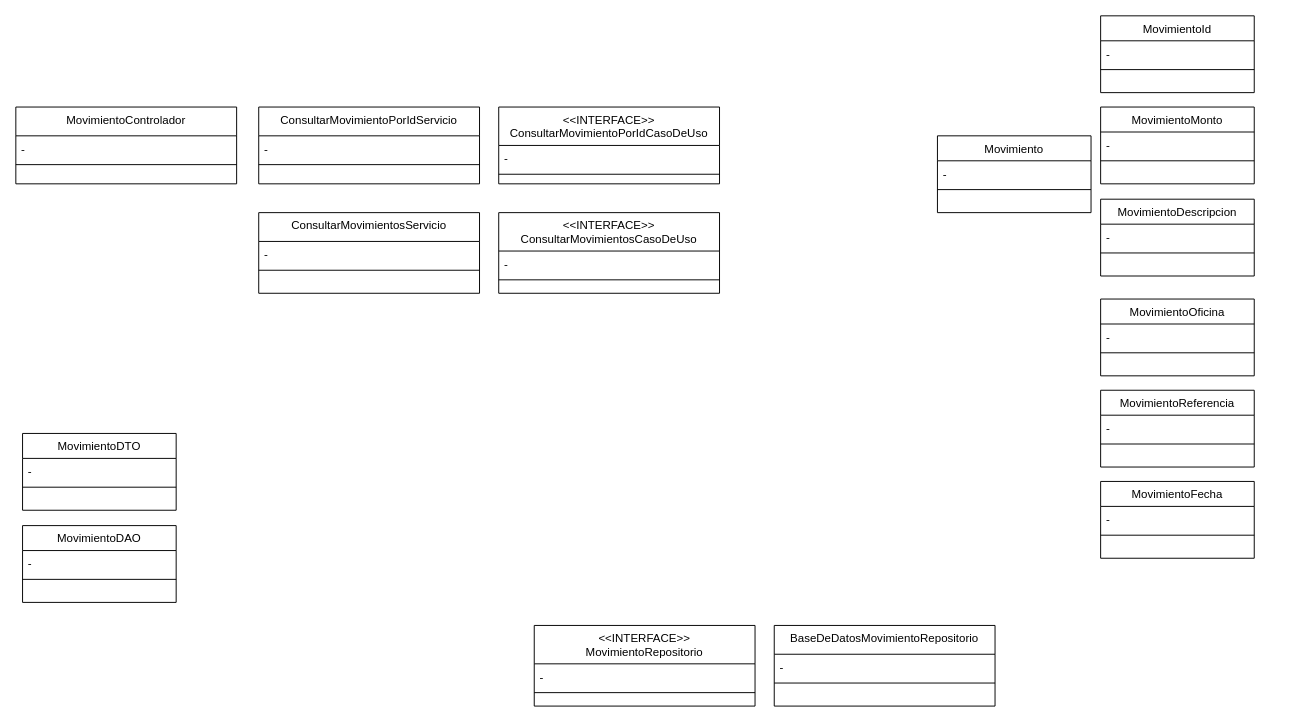
joeburias/ddd_example keeps this draw.io diagram as Untitled Diagram.drawio. Above is the earlier version. Source tidied: cells renumbered, new cells numbered last; positions are measured from the earlier drawing's top-left corner, leaving out a move shared by most shapes. Both pictures are drawn from the tidied source at 96%, with x=0, y=0 at pixel (15, 15).
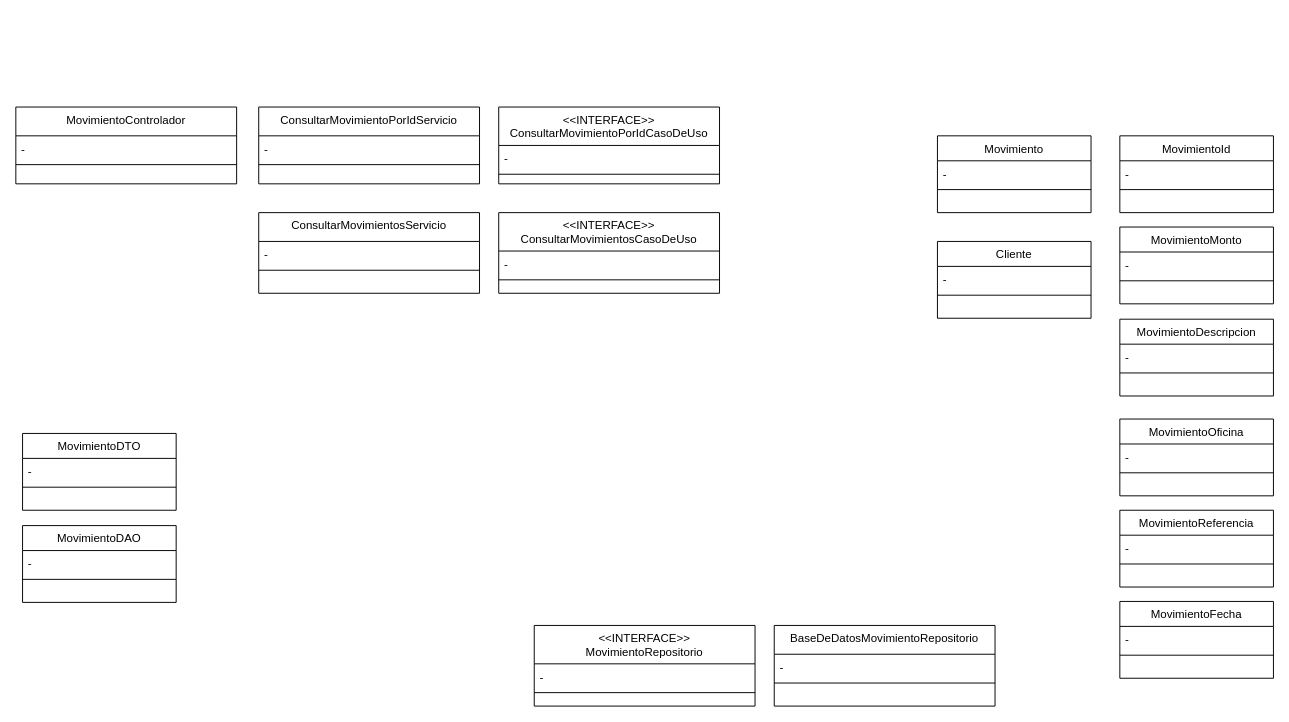
The same diagram, later.

What changed in the source:
```diff
@@
     <mxCell id="5" value="MovimientoMonto" style="swimlane;fontStyle=0;align=center;verticalAlign=top;horizontal=1;startSize=26;rounded=0;shadow=0;strokeWidth=1;" parent="1" vertex="1">
-      <mxGeometry x="1130" y="95" width="160" height="80" as="geometry" />
+      <mxGeometry x="1150" y="220" width="160" height="80" as="geometry" />
     </mxCell>
@@
     <mxCell id="8" value="MovimientoDescripcion" style="swimlane;fontStyle=0;align=center;verticalAlign=top;horizontal=1;startSize=26;rounded=0;shadow=0;strokeWidth=1;" parent="1" vertex="1">
-      <mxGeometry x="1130" y="191" width="160" height="80" as="geometry" />
+      <mxGeometry x="1150" y="316" width="160" height="80" as="geometry" />
     </mxCell>
@@
     <mxCell id="11" value="MovimientoOficina" style="swimlane;fontStyle=0;align=center;verticalAlign=top;horizontal=1;startSize=26;rounded=0;shadow=0;strokeWidth=1;" parent="1" vertex="1">
-      <mxGeometry x="1130" y="295" width="160" height="80" as="geometry" />
+      <mxGeometry x="1150" y="420" width="160" height="80" as="geometry" />
     </mxCell>
@@
     <mxCell id="14" value="MovimientoReferencia" style="swimlane;fontStyle=0;align=center;verticalAlign=top;horizontal=1;startSize=26;rounded=0;shadow=0;strokeWidth=1;" parent="1" vertex="1">
-      <mxGeometry x="1130" y="390" width="160" height="80" as="geometry" />
+      <mxGeometry x="1150" y="515" width="160" height="80" as="geometry" />
     </mxCell>
@@
     <mxCell id="17" value="MovimientoFecha" style="swimlane;fontStyle=0;align=center;verticalAlign=top;horizontal=1;startSize=26;rounded=0;shadow=0;strokeWidth=1;" parent="1" vertex="1">
-      <mxGeometry x="1130" y="485" width="160" height="80" as="geometry" />
+      <mxGeometry x="1150" y="610" width="160" height="80" as="geometry" />
     </mxCell>
@@
     <mxCell id="23" value="MovimientoId" style="swimlane;fontStyle=0;align=center;verticalAlign=top;horizontal=1;startSize=26;rounded=0;shadow=0;strokeWidth=1;" parent="1" vertex="1">
-      <mxGeometry x="1130" width="160" height="80" as="geometry" />
+      <mxGeometry x="1150" y="125" width="160" height="80" as="geometry" />
     </mxCell>
@@
+    <mxCell id="50" value="Cliente" style="swimlane;fontStyle=0;align=center;verticalAlign=top;horizontal=1;startSize=26;rounded=0;shadow=0;strokeWidth=1;" parent="1" vertex="1">
+      <mxGeometry x="960" y="235" width="160" height="80" as="geometry" />
+    </mxCell>
+    <mxCell id="51" value="- " style="text;align=left;verticalAlign=top;spacingLeft=4;spacingRight=4;overflow=hidden;" parent="50" vertex="1">
+      <mxGeometry y="26" width="160" height="26" as="geometry" />
+    </mxCell>
+    <mxCell id="52" style="line;html=1;strokeWidth=1;align=left;verticalAlign=middle;spacingTop=-1;spacingLeft=3;spacingRight=3;labelPosition=right;" parent="50" vertex="1">
+      <mxGeometry y="52" width="160" height="8" as="geometry" />
+    </mxCell>
```
